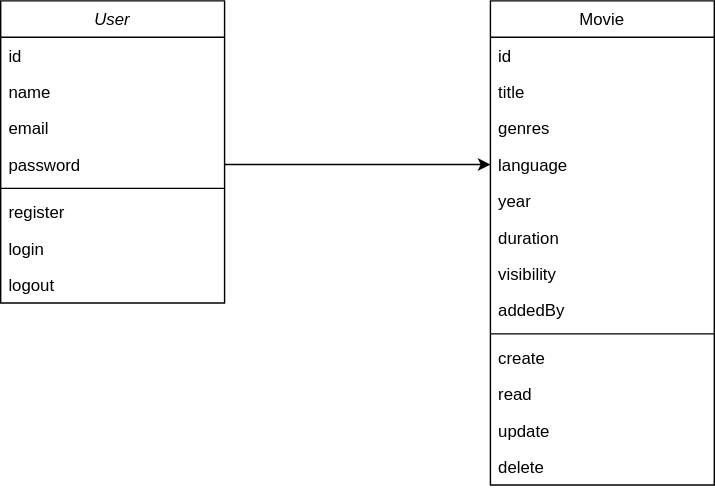
Before: class-diagram.svg, a diagram exported from draw.io (mac8905/movies-api). Source tidied: cells renumbered, new cells last; positions are measured from the earlier drawing's top-left corner, leaving out a move shared by most shapes.
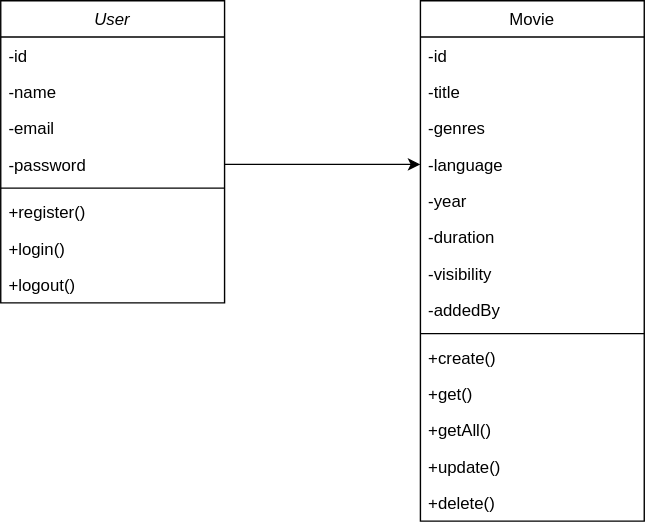
Later version of the same file.

Commit message:
feat(movies): updated fields visibility

Change to the diagram source:
```diff
@@ -5,71 +5,74 @@
     <mxCell id="2" value="User" style="swimlane;fontStyle=2;align=center;verticalAlign=top;horizontal=1;startSize=26;rounded=0;shadow=0;strokeWidth=1;" parent="1" vertex="1">
       <mxGeometry width="160" height="216" as="geometry" />
     </mxCell>
-    <mxCell id="3" value="id" style="text;align=left;verticalAlign=top;spacingLeft=4;spacingRight=4;overflow=hidden;" parent="2" vertex="1">
+    <mxCell id="3" value="-id" style="text;align=left;verticalAlign=top;spacingLeft=4;spacingRight=4;overflow=hidden;" parent="2" vertex="1">
       <mxGeometry y="26" width="160" height="26" as="geometry" />
     </mxCell>
-    <mxCell id="4" value="name" style="text;align=left;verticalAlign=top;spacingLeft=4;spacingRight=4;overflow=hidden;rounded=0;shadow=0;html=0;" parent="2" vertex="1">
+    <mxCell id="4" value="-name" style="text;align=left;verticalAlign=top;spacingLeft=4;spacingRight=4;overflow=hidden;rounded=0;shadow=0;html=0;" parent="2" vertex="1">
       <mxGeometry y="52" width="160" height="26" as="geometry" />
     </mxCell>
-    <mxCell id="5" value="email" style="text;align=left;verticalAlign=top;spacingLeft=4;spacingRight=4;overflow=hidden;rounded=0;shadow=0;html=0;" parent="2" vertex="1">
+    <mxCell id="5" value="-email" style="text;align=left;verticalAlign=top;spacingLeft=4;spacingRight=4;overflow=hidden;rounded=0;shadow=0;html=0;" parent="2" vertex="1">
       <mxGeometry y="78" width="160" height="26" as="geometry" />
     </mxCell>
-    <mxCell id="6" value="password" style="text;align=left;verticalAlign=top;spacingLeft=4;spacingRight=4;overflow=hidden;points=[[0,0.5],[1,0.5]];portConstraint=eastwest;rounded=0;shadow=0;html=0;" parent="2" vertex="1">
+    <mxCell id="6" value="-password" style="text;align=left;verticalAlign=top;spacingLeft=4;spacingRight=4;overflow=hidden;points=[[0,0.5],[1,0.5]];portConstraint=eastwest;rounded=0;shadow=0;html=0;" parent="2" vertex="1">
       <mxGeometry y="104" width="160" height="26" as="geometry" />
     </mxCell>
     <mxCell id="7" style="line;html=1;strokeWidth=1;align=left;verticalAlign=middle;spacingTop=-1;spacingLeft=3;spacingRight=3;labelPosition=right;" parent="2" vertex="1">
       <mxGeometry y="130" width="160" height="8" as="geometry" />
     </mxCell>
-    <mxCell id="8" value="register" style="text;align=left;verticalAlign=top;spacingLeft=4;spacingRight=4;overflow=hidden;" parent="2" vertex="1">
+    <mxCell id="8" value="+register()" style="text;align=left;verticalAlign=top;spacingLeft=4;spacingRight=4;overflow=hidden;" parent="2" vertex="1">
       <mxGeometry y="138" width="160" height="26" as="geometry" />
     </mxCell>
-    <mxCell id="9" value="login" style="text;align=left;verticalAlign=top;spacingLeft=4;spacingRight=4;overflow=hidden;" parent="2" vertex="1">
+    <mxCell id="9" value="+login()" style="text;align=left;verticalAlign=top;spacingLeft=4;spacingRight=4;overflow=hidden;" parent="2" vertex="1">
       <mxGeometry y="164" width="160" height="26" as="geometry" />
     </mxCell>
-    <mxCell id="10" value="logout" style="text;align=left;verticalAlign=top;spacingLeft=4;spacingRight=4;overflow=hidden;" parent="2" vertex="1">
+    <mxCell id="10" value="+logout()" style="text;align=left;verticalAlign=top;spacingLeft=4;spacingRight=4;overflow=hidden;" parent="2" vertex="1">
       <mxGeometry y="190" width="160" height="26" as="geometry" />
     </mxCell>
     <mxCell id="11" value="Movie" style="swimlane;fontStyle=0;align=center;verticalAlign=top;horizontal=1;startSize=26;rounded=0;shadow=0;strokeWidth=1;" parent="1" vertex="1">
-      <mxGeometry x="350" width="160" height="346" as="geometry" />
+      <mxGeometry x="300" width="160" height="372" as="geometry" />
     </mxCell>
-    <mxCell id="12" value="id" style="text;align=left;verticalAlign=top;spacingLeft=4;spacingRight=4;overflow=hidden;" parent="11" vertex="1">
+    <mxCell id="12" value="-id" style="text;align=left;verticalAlign=top;spacingLeft=4;spacingRight=4;overflow=hidden;" parent="11" vertex="1">
       <mxGeometry y="26" width="160" height="26" as="geometry" />
     </mxCell>
-    <mxCell id="13" value="title" style="text;align=left;verticalAlign=top;spacingLeft=4;spacingRight=4;overflow=hidden;rounded=0;shadow=0;html=0;" parent="11" vertex="1">
+    <mxCell id="13" value="-title" style="text;align=left;verticalAlign=top;spacingLeft=4;spacingRight=4;overflow=hidden;rounded=0;shadow=0;html=0;" parent="11" vertex="1">
       <mxGeometry y="52" width="160" height="26" as="geometry" />
     </mxCell>
-    <mxCell id="14" value="genres" style="text;align=left;verticalAlign=top;spacingLeft=4;spacingRight=4;overflow=hidden;rounded=0;shadow=0;html=0;" parent="11" vertex="1">
+    <mxCell id="14" value="-genres" style="text;align=left;verticalAlign=top;spacingLeft=4;spacingRight=4;overflow=hidden;rounded=0;shadow=0;html=0;" parent="11" vertex="1">
       <mxGeometry y="78" width="160" height="26" as="geometry" />
     </mxCell>
-    <mxCell id="15" value="language" style="text;align=left;verticalAlign=top;spacingLeft=4;spacingRight=4;overflow=hidden;points=[[0,0.5],[1,0.5]];portConstraint=eastwest;rounded=0;shadow=0;html=0;" parent="11" vertex="1">
+    <mxCell id="15" value="-language" style="text;align=left;verticalAlign=top;spacingLeft=4;spacingRight=4;overflow=hidden;points=[[0,0.5],[1,0.5]];portConstraint=eastwest;rounded=0;shadow=0;html=0;" parent="11" vertex="1">
       <mxGeometry y="104" width="160" height="26" as="geometry" />
     </mxCell>
-    <mxCell id="16" value="year" style="text;align=left;verticalAlign=top;spacingLeft=4;spacingRight=4;overflow=hidden;rounded=0;shadow=0;html=0;" parent="11" vertex="1">
+    <mxCell id="16" value="-year" style="text;align=left;verticalAlign=top;spacingLeft=4;spacingRight=4;overflow=hidden;rounded=0;shadow=0;html=0;" parent="11" vertex="1">
       <mxGeometry y="130" width="160" height="26" as="geometry" />
     </mxCell>
-    <mxCell id="17" value="duration" style="text;align=left;verticalAlign=top;spacingLeft=4;spacingRight=4;overflow=hidden;rounded=0;shadow=0;html=0;" parent="11" vertex="1">
+    <mxCell id="17" value="-duration" style="text;align=left;verticalAlign=top;spacingLeft=4;spacingRight=4;overflow=hidden;rounded=0;shadow=0;html=0;" parent="11" vertex="1">
       <mxGeometry y="156" width="160" height="26" as="geometry" />
     </mxCell>
-    <mxCell id="18" value="visibility" style="text;align=left;verticalAlign=top;spacingLeft=4;spacingRight=4;overflow=hidden;rounded=0;shadow=0;html=0;" parent="11" vertex="1">
+    <mxCell id="18" value="-visibility" style="text;align=left;verticalAlign=top;spacingLeft=4;spacingRight=4;overflow=hidden;rounded=0;shadow=0;html=0;" parent="11" vertex="1">
       <mxGeometry y="182" width="160" height="26" as="geometry" />
     </mxCell>
-    <mxCell id="19" value="addedBy" style="text;align=left;verticalAlign=top;spacingLeft=4;spacingRight=4;overflow=hidden;rounded=0;shadow=0;html=0;" parent="11" vertex="1">
+    <mxCell id="19" value="-addedBy" style="text;align=left;verticalAlign=top;spacingLeft=4;spacingRight=4;overflow=hidden;rounded=0;shadow=0;html=0;" parent="11" vertex="1">
       <mxGeometry y="208" width="160" height="26" as="geometry" />
     </mxCell>
     <mxCell id="20" style="line;html=1;strokeWidth=1;align=left;verticalAlign=middle;spacingTop=-1;spacingLeft=3;spacingRight=3;labelPosition=right;" parent="11" vertex="1">
       <mxGeometry y="234" width="160" height="8" as="geometry" />
     </mxCell>
-    <mxCell id="21" value="create" style="text;align=left;verticalAlign=top;spacingLeft=4;spacingRight=4;overflow=hidden;" parent="11" vertex="1">
+    <mxCell id="21" value="+create()" style="text;align=left;verticalAlign=top;spacingLeft=4;spacingRight=4;overflow=hidden;" parent="11" vertex="1">
       <mxGeometry y="242" width="160" height="26" as="geometry" />
     </mxCell>
-    <mxCell id="22" value="read" style="text;align=left;verticalAlign=top;spacingLeft=4;spacingRight=4;overflow=hidden;" parent="11" vertex="1">
+    <mxCell id="22" value="+get()" style="text;align=left;verticalAlign=top;spacingLeft=4;spacingRight=4;overflow=hidden;" parent="11" vertex="1">
       <mxGeometry y="268" width="160" height="26" as="geometry" />
     </mxCell>
+    <mxCell id="26" value="+getAll()" style="text;align=left;verticalAlign=top;spacingLeft=4;spacingRight=4;overflow=hidden;" parent="11" vertex="1">
+      <mxGeometry y="294" width="160" height="26" as="geometry" />
+    </mxCell>
-    <mxCell id="23" value="update" style="text;align=left;verticalAlign=top;spacingLeft=4;spacingRight=4;overflow=hidden;" parent="11" vertex="1">
-      <mxGeometry y="294" width="160" height="26" as="geometry" />
+    <mxCell id="23" value="+update()" style="text;align=left;verticalAlign=top;spacingLeft=4;spacingRight=4;overflow=hidden;" parent="11" vertex="1">
+      <mxGeometry y="320" width="160" height="26" as="geometry" />
     </mxCell>
-    <mxCell id="24" value="delete" style="text;align=left;verticalAlign=top;spacingLeft=4;spacingRight=4;overflow=hidden;" parent="11" vertex="1">
-      <mxGeometry y="320" width="160" height="26" as="geometry" />
+    <mxCell id="24" value="+delete()" style="text;align=left;verticalAlign=top;spacingLeft=4;spacingRight=4;overflow=hidden;" parent="11" vertex="1">
+      <mxGeometry y="346" width="160" height="26" as="geometry" />
     </mxCell>
     <mxCell id="25" style="edgeStyle=orthogonalEdgeStyle;rounded=0;jettySize=auto;html=1;entryX=0;entryY=0.5;entryDx=0;entryDy=0;" parent="1" edge="1" source="6" target="15">
       <mxGeometry relative="1" as="geometry" />
```
